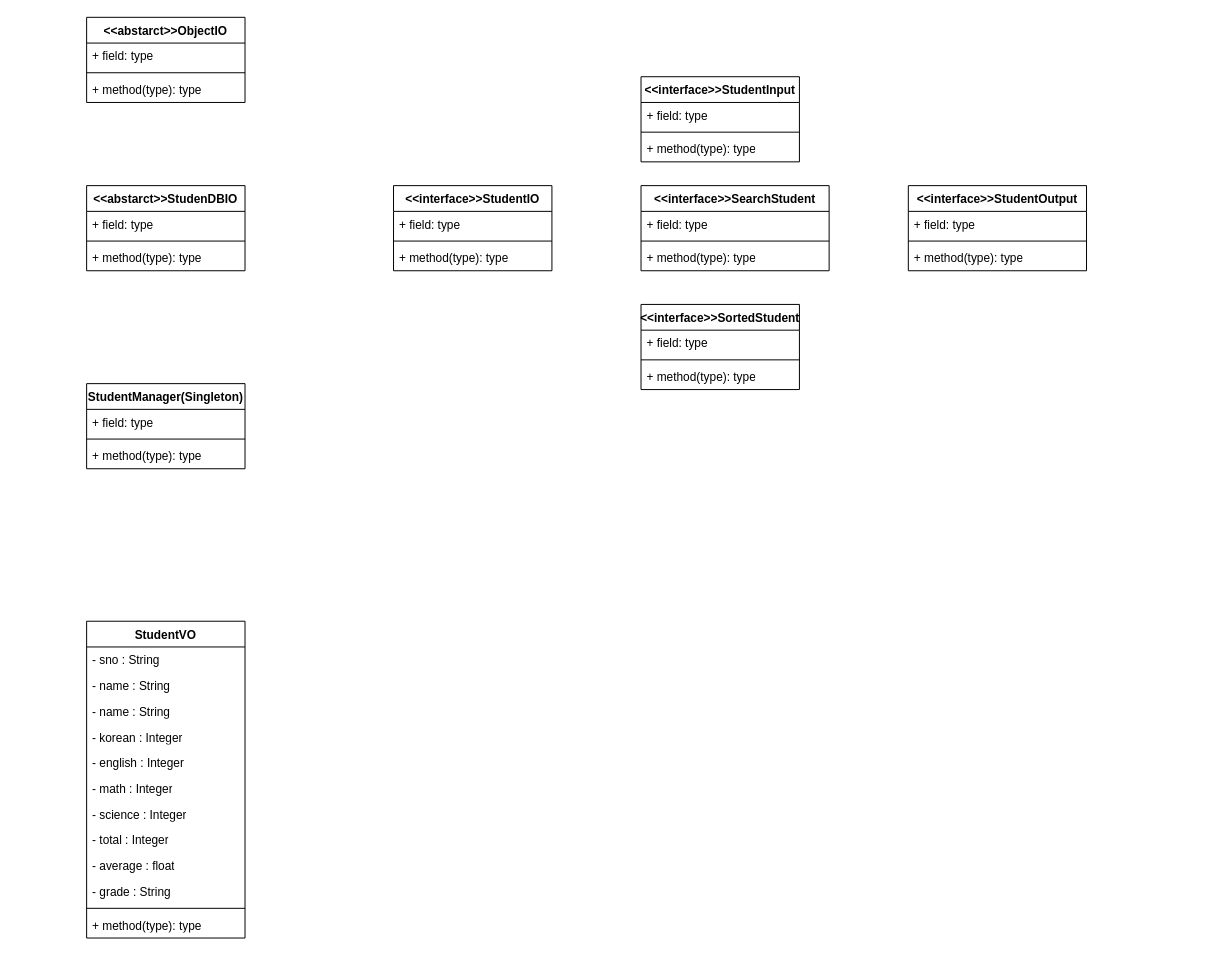
Above: StudentManagemetnSystem.drawio in DH-CaseStudy/Practice_0122 (draw.io), before the change. Source tidied: cells renumbered, new cells numbered last; positions are measured from the earlier drawing's top-left corner, leaving out a move shared by most shapes. Both pictures are drawn from the tidied source at 99%, with x=0, y=0 at pixel (86, 17).
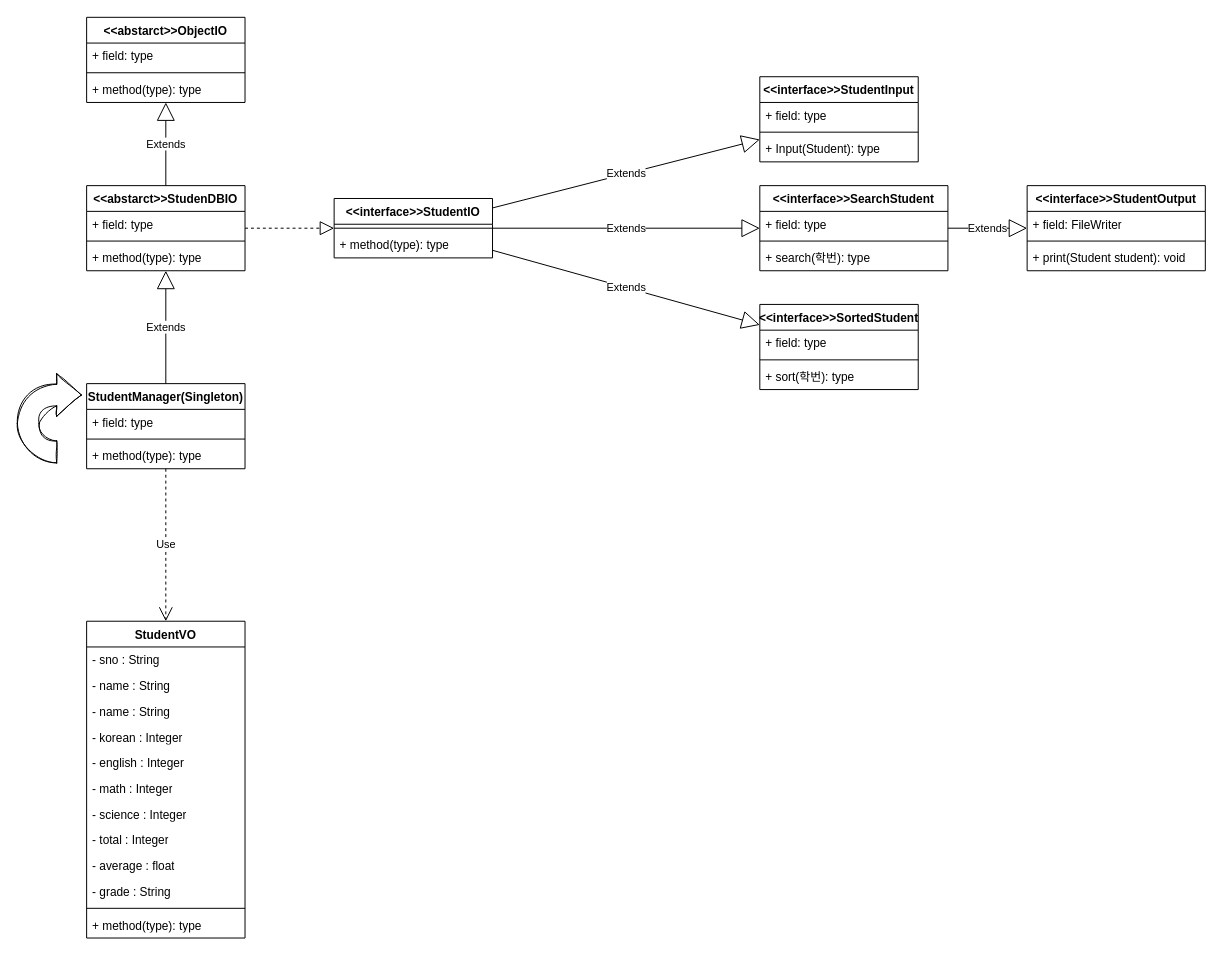
After the change.

Unchanged cells that the change refers to:
```xml
<mxCell id="2" value="StudentVO" style="swimlane;fontStyle=1;align=center;verticalAlign=top;horizontal=1;startSize=26;whiteSpace=wrap;html=1;" parent="1" vertex="1">
  <mxGeometry y="610" width="160" height="320" as="geometry" />
</mxCell>
<mxCell id="15" value="StudentManager(Singleton)" style="swimlane;fontStyle=1;align=center;verticalAlign=top;horizontal=1;startSize=26;whiteSpace=wrap;html=1;" parent="1" vertex="1">
  <mxGeometry y="370" width="160" height="86" as="geometry" />
</mxCell>
<mxCell id="19" value="&amp;lt;&amp;lt;abstarct&amp;gt;&amp;gt;StudenDBIO" style="swimlane;fontStyle=1;align=center;verticalAlign=top;horizontal=1;startSize=26;whiteSpace=wrap;html=1;" parent="1" vertex="1">
  <mxGeometry y="170" width="160" height="86" as="geometry" />
</mxCell>
<mxCell id="23" value="&amp;lt;&amp;lt;abstarct&amp;gt;&amp;gt;ObjectIO" style="swimlane;fontStyle=1;align=center;verticalAlign=top;horizontal=1;startSize=26;whiteSpace=wrap;html=1;" parent="1" vertex="1">
  <mxGeometry width="160" height="86" as="geometry" />
</mxCell>
```

Change to the diagram source:
```diff
@@
     <mxCell id="27" value="&amp;lt;&amp;lt;interface&amp;gt;&amp;gt;StudentIO" style="swimlane;fontStyle=1;align=center;verticalAlign=top;horizontal=1;startSize=26;whiteSpace=wrap;html=1;" parent="1" vertex="1">
-      <mxGeometry x="310" y="170" width="160" height="86" as="geometry" />
+      <mxGeometry x="250" y="183" width="160" height="60" as="geometry" />
     </mxCell>
-    <mxCell id="28" value="+ field: type" style="text;strokeColor=none;fillColor=none;align=left;verticalAlign=top;spacingLeft=4;spacingRight=4;overflow=hidden;whiteSpace=wrap;html=1;" parent="27" vertex="1">
-      <mxGeometry y="26" width="160" height="26" as="geometry" />
-    </mxCell>
     <mxCell id="29" style="line;strokeWidth=1;fillColor=none;align=left;verticalAlign=middle;spacingTop=-1;spacingLeft=3;spacingRight=3;labelPosition=right;strokeColor=inherit;" parent="27" vertex="1">
-      <mxGeometry y="52" width="160" height="8" as="geometry" />
+      <mxGeometry y="26" width="160" height="8" as="geometry" />
     </mxCell>
     <mxCell id="30" value="+ method(type): type" style="text;strokeColor=none;fillColor=none;align=left;verticalAlign=top;spacingLeft=4;spacingRight=4;overflow=hidden;whiteSpace=wrap;html=1;" parent="27" vertex="1">
-      <mxGeometry y="60" width="160" height="26" as="geometry" />
+      <mxGeometry y="34" width="160" height="26" as="geometry" />
     </mxCell>
     <mxCell id="31" value="&amp;lt;&amp;lt;interface&amp;gt;&amp;gt;StudentInput" style="swimlane;fontStyle=1;align=center;verticalAlign=top;horizontal=1;startSize=26;whiteSpace=wrap;html=1;" parent="1" vertex="1">
-      <mxGeometry x="560" y="60" width="160" height="86" as="geometry" />
+      <mxGeometry x="680" y="60" width="160" height="86" as="geometry" />
     </mxCell>
@@
-    <mxCell id="34" value="+ method(type): type" style="text;strokeColor=none;fillColor=none;align=left;verticalAlign=top;spacingLeft=4;spacingRight=4;overflow=hidden;whiteSpace=wrap;html=1;" parent="31" vertex="1">
+    <mxCell id="34" value="+ Input(Student): type" style="text;strokeColor=none;fillColor=none;align=left;verticalAlign=top;spacingLeft=4;spacingRight=4;overflow=hidden;whiteSpace=wrap;html=1;" parent="31" vertex="1">
       <mxGeometry y="60" width="160" height="26" as="geometry" />
     </mxCell>
     <mxCell id="35" value="&amp;lt;&amp;lt;interface&amp;gt;&amp;gt;SearchStudent" style="swimlane;fontStyle=1;align=center;verticalAlign=top;horizontal=1;startSize=26;whiteSpace=wrap;html=1;" parent="1" vertex="1">
-      <mxGeometry x="560" y="170" width="190" height="86" as="geometry" />
+      <mxGeometry x="680" y="170" width="190" height="86" as="geometry" />
     </mxCell>
@@
-    <mxCell id="38" value="+ method(type): type" style="text;strokeColor=none;fillColor=none;align=left;verticalAlign=top;spacingLeft=4;spacingRight=4;overflow=hidden;whiteSpace=wrap;html=1;" parent="35" vertex="1">
+    <mxCell id="38" value="+ search(학번): type" style="text;strokeColor=none;fillColor=none;align=left;verticalAlign=top;spacingLeft=4;spacingRight=4;overflow=hidden;whiteSpace=wrap;html=1;" parent="35" vertex="1">
       <mxGeometry y="60" width="190" height="26" as="geometry" />
     </mxCell>
     <mxCell id="39" value="&amp;lt;&amp;lt;interface&amp;gt;&amp;gt;SortedStudent" style="swimlane;fontStyle=1;align=center;verticalAlign=top;horizontal=1;startSize=26;whiteSpace=wrap;html=1;" parent="1" vertex="1">
-      <mxGeometry x="560" y="290" width="160" height="86" as="geometry" />
+      <mxGeometry x="680" y="290" width="160" height="86" as="geometry" />
     </mxCell>
@@
-    <mxCell id="42" value="+ method(type): type" style="text;strokeColor=none;fillColor=none;align=left;verticalAlign=top;spacingLeft=4;spacingRight=4;overflow=hidden;whiteSpace=wrap;html=1;" parent="39" vertex="1">
+    <mxCell id="42" value="+ sort(학번): type" style="text;strokeColor=none;fillColor=none;align=left;verticalAlign=top;spacingLeft=4;spacingRight=4;overflow=hidden;whiteSpace=wrap;html=1;" parent="39" vertex="1">
       <mxGeometry y="60" width="160" height="26" as="geometry" />
     </mxCell>
     <mxCell id="43" value="&amp;lt;&amp;lt;interface&amp;gt;&amp;gt;StudentOutput" style="swimlane;fontStyle=1;align=center;verticalAlign=top;horizontal=1;startSize=26;whiteSpace=wrap;html=1;" parent="1" vertex="1">
-      <mxGeometry x="830" y="170" width="180" height="86" as="geometry" />
+      <mxGeometry x="950" y="170" width="180" height="86" as="geometry" />
     </mxCell>
-    <mxCell id="44" value="+ field: type" style="text;strokeColor=none;fillColor=none;align=left;verticalAlign=top;spacingLeft=4;spacingRight=4;overflow=hidden;whiteSpace=wrap;html=1;" parent="43" vertex="1">
+    <mxCell id="44" value="+ field: FileWriter" style="text;strokeColor=none;fillColor=none;align=left;verticalAlign=top;spacingLeft=4;spacingRight=4;overflow=hidden;whiteSpace=wrap;html=1;" parent="43" vertex="1">
       <mxGeometry y="26" width="180" height="26" as="geometry" />
     </mxCell>
@@
-    <mxCell id="46" value="+ method(type): type" style="text;strokeColor=none;fillColor=none;align=left;verticalAlign=top;spacingLeft=4;spacingRight=4;overflow=hidden;whiteSpace=wrap;html=1;" parent="43" vertex="1">
+    <mxCell id="46" value="+ print(Student student): void&amp;nbsp;" style="text;strokeColor=none;fillColor=none;align=left;verticalAlign=top;spacingLeft=4;spacingRight=4;overflow=hidden;whiteSpace=wrap;html=1;" parent="43" vertex="1">
       <mxGeometry y="60" width="180" height="26" as="geometry" />
     </mxCell>
+    <mxCell id="47" value="Extends" style="endArrow=block;endSize=16;endFill=0;html=1;rounded=0;" parent="1" edge="1" source="15" target="19">
+      <mxGeometry relative="1" as="geometry" />
+    </mxCell>
+    <mxCell id="48" value="Extends" style="endArrow=block;endSize=16;endFill=0;html=1;rounded=0;" parent="1" edge="1" source="19" target="23">
+      <mxGeometry relative="1" as="geometry" />
+    </mxCell>
+    <mxCell id="49" style="endArrow=block;dashed=1;endFill=0;endSize=12;html=1;rounded=0;" parent="1" edge="1" source="19" target="27">
+      <mxGeometry relative="1" as="geometry" />
+    </mxCell>
+    <mxCell id="50" value="Extends" style="endArrow=block;endSize=16;endFill=0;html=1;rounded=0;" parent="1" edge="1" source="27" target="31">
+      <mxGeometry relative="1" as="geometry" />
+    </mxCell>
+    <mxCell id="51" value="Extends" style="endArrow=block;endSize=16;endFill=0;html=1;rounded=0;" parent="1" edge="1" source="27" target="35">
+      <mxGeometry relative="1" as="geometry" />
+    </mxCell>
+    <mxCell id="52" value="Extends" style="endArrow=block;endSize=16;endFill=0;html=1;rounded=0;" parent="1" edge="1" source="27" target="39">
+      <mxGeometry relative="1" as="geometry" />
+    </mxCell>
+    <mxCell id="53" value="Extends" style="endArrow=block;endSize=16;endFill=0;html=1;rounded=0;" parent="1" edge="1" source="35" target="43">
+      <mxGeometry relative="1" as="geometry" />
+    </mxCell>
+    <mxCell id="54" value="Use" style="endArrow=open;endSize=12;dashed=1;html=1;rounded=0;" parent="1" edge="1" source="15" target="2">
+      <mxGeometry relative="1" as="geometry" />
+    </mxCell>
+    <mxCell id="55" style="html=1;shadow=0;dashed=0;align=center;verticalAlign=middle;shape=mxgraph.arrows2.uTurnArrow;dy=11;arrowHead=43;dx2=25;sketch=1;hachureGap=4;jiggle=2;curveFitting=1;fontFamily=Architects Daughter;rotation=0;" parent="1" vertex="1">
+      <mxGeometry x="-70" y="360" width="20" height="90" as="geometry" />
+    </mxCell>
```
